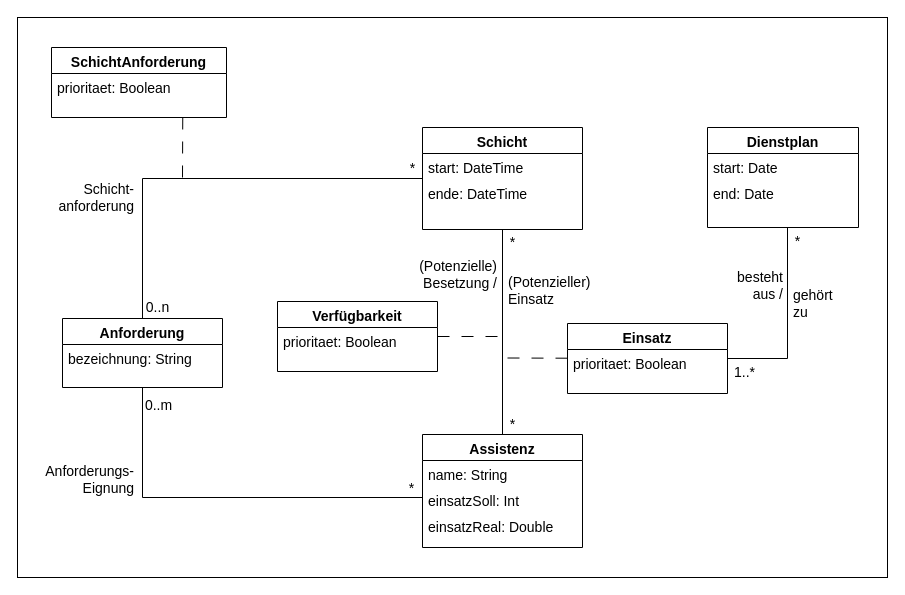
annikalenneper/praxisprojekt_mi_bachelor_SoSe24 keeps this draw.io diagram as page "V-2" (2 of 2) of 4_Entwurf/4_UML/4_UML_Klassendiagramme/Domänenklassendiagramm_Anforderungsspezifikation.drawio. Above is the earlier version. Source tidied: cells renumbered, new cells numbered last; positions are measured from the earlier drawing's top-left corner, leaving out a move shared by most shapes. Both pictures are drawn from the tidied source at 100%, with x=0, y=0 at pixel (17, 17).
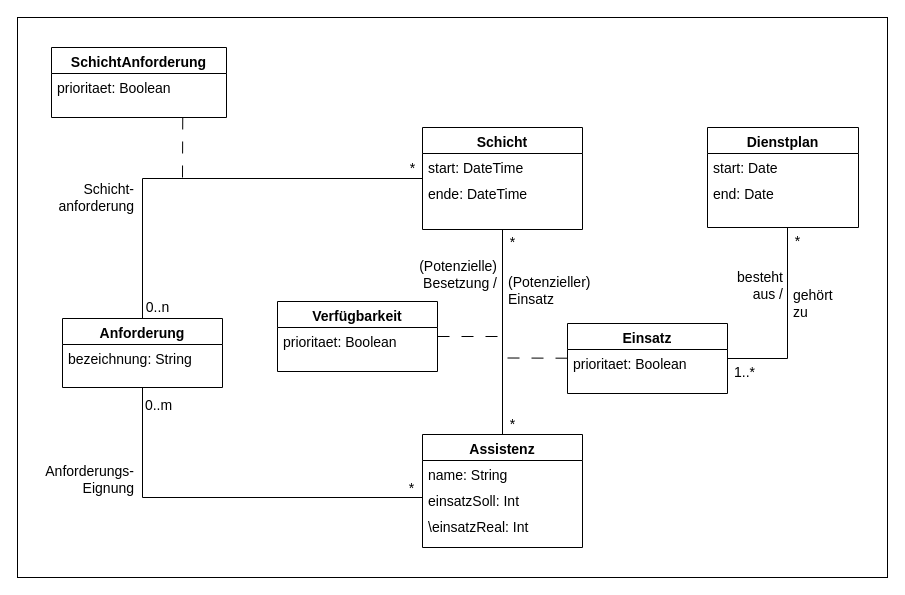
Above is the later version.

Unchanged cells that the change refers to:
```xml
<mxCell id="10" value="Assistenz" style="swimlane;fontStyle=1;align=center;verticalAlign=top;horizontal=1;startSize=26;rounded=0;shadow=0;strokeWidth=1;fontSize=14;" parent="1" vertex="1">
  <mxGeometry x="405" y="417" width="160" height="113" as="geometry" />
</mxCell>
```

Change to the diagram source:
```diff
@@
-    <mxCell id="13" value="einsatzReal: Double" style="text;align=left;verticalAlign=top;spacingLeft=4;spacingRight=4;overflow=hidden;rounded=0;shadow=0;html=0;fontSize=14;" parent="10" vertex="1">
-      <mxGeometry y="78" width="160" height="26" as="geometry" />
-    </mxCell>
+    <mxCell id="42" value="\einsatzReal: Int" style="text;align=left;verticalAlign=top;spacingLeft=4;spacingRight=4;overflow=hidden;rounded=0;shadow=0;html=0;fontSize=14;" parent="10" vertex="1">
+      <mxGeometry y="78" width="160" height="26" as="geometry" />
+    </mxCell>
```
